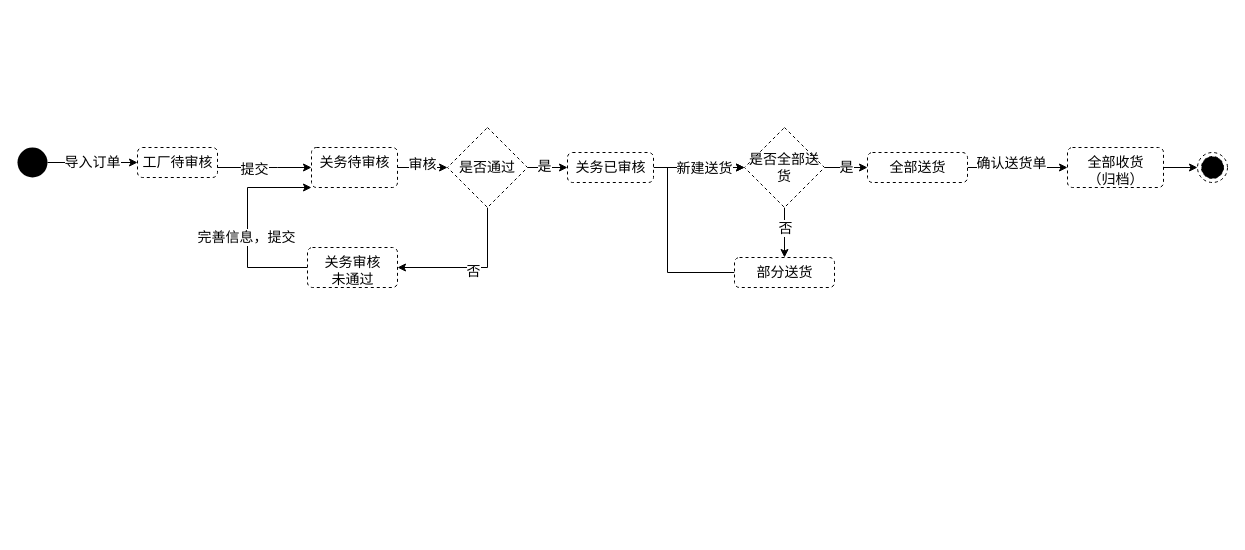
Earlier version of the draw.io diagram page "订单状态图" (3 of 4) of shrine-doc/进区预约系统.drawio (easefulfil/CLOUDCARE). Source tidied: cells renumbered, new cells numbered last; positions are measured from the earlier drawing's top-left corner, leaving out a move shared by most shapes. Both pictures are drawn from the tidied source at 100%, with x=0, y=0 at pixel (17, 127).
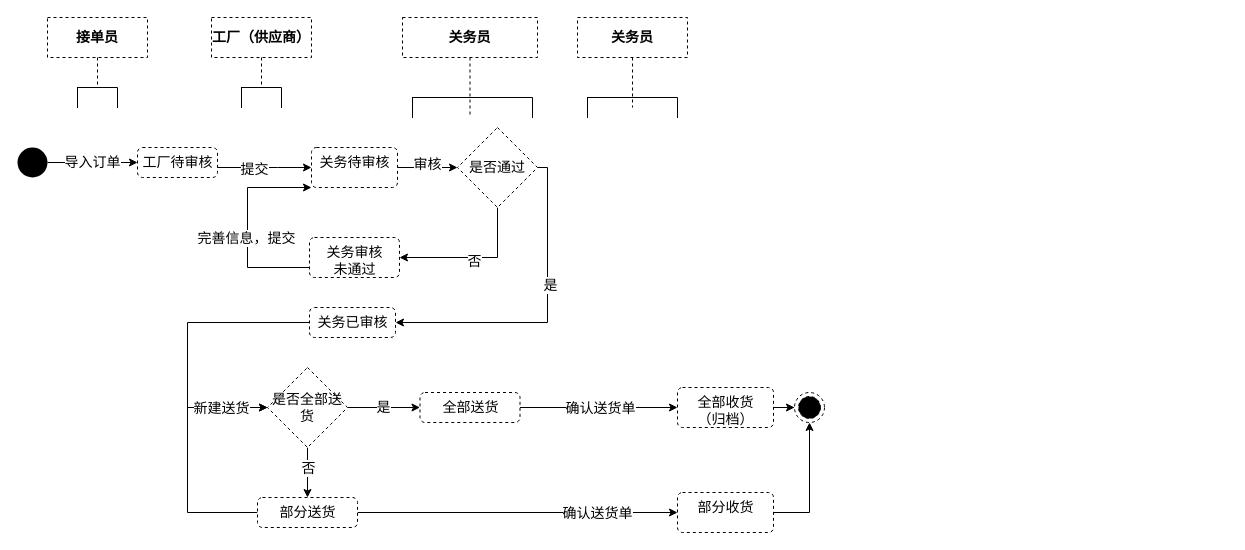
The same diagram, later.

The change refers to these unchanged cells:
```xml
<mxCell id="15" style="edgeStyle=orthogonalEdgeStyle;rounded=0;jettySize=auto;html=1;fontSize=14;" parent="1" edge="1" source="17" target="19">
  <mxGeometry relative="1" as="geometry" />
</mxCell>
```

Change to the diagram source:
```diff
@@
-    <mxCell id="10" style="edgeStyle=orthogonalEdgeStyle;rounded=0;jettySize=auto;html=1;entryX=0;entryY=0.5;entryDx=0;entryDy=0;fontSize=14;" parent="1" edge="1" source="11" target="31">
-      <mxGeometry relative="1" as="geometry" />
+    <mxCell id="10" style="edgeStyle=orthogonalEdgeStyle;rounded=0;jettySize=auto;html=1;entryX=0;entryY=0.5;entryDx=0;entryDy=0;fontSize=14;exitX=0;exitY=0.5;exitDx=0;exitDy=0;" parent="1" edge="1" source="11" target="31">
+      <mxGeometry relative="1" as="geometry">
+        <Array as="points">
+          <mxPoint x="170" y="195" />
+          <mxPoint x="170" y="280" />
+        </Array>
+      </mxGeometry>
     </mxCell>
     <mxCell id="11" value="关务已审核" style="html=1;align=center;verticalAlign=top;rounded=1;absoluteArcSize=1;arcSize=10;dashed=1;fontSize=14;" parent="1" vertex="1">
-      <mxGeometry x="550" y="25" width="86" height="30" as="geometry" />
+      <mxGeometry x="292" y="180" width="86" height="30" as="geometry" />
     </mxCell>
     <mxCell id="12" style="edgeStyle=orthogonalEdgeStyle;rounded=0;jettySize=auto;html=1;fontSize=14;entryX=0;entryY=0.5;entryDx=0;entryDy=0;" parent="1" edge="1" source="14" target="31">
       <mxGeometry relative="1" as="geometry">
         <Array as="points">
-          <mxPoint x="650" y="145" />
-          <mxPoint x="650" y="40" />
+          <mxPoint x="170" y="385" />
+          <mxPoint x="170" y="280" />
         </Array>
       </mxGeometry>
     </mxCell>
     <mxCell id="13" value="新建送货" style="edgeLabel;html=1;align=center;verticalAlign=middle;fontSize=14;" parent="12" vertex="1">
       <mxGeometry x="0.74" y="2" relative="1" as="geometry">
-        <mxPoint x="-9" y="2" as="offset" />
+        <mxPoint x="-14" y="2" as="offset" />
       </mxGeometry>
     </mxCell>
+    <mxCell id="33" style="edgeStyle=orthogonalEdgeStyle;rounded=0;jettySize=auto;html=1;entryX=0;entryY=0.5;entryDx=0;entryDy=0;fontSize=14;" parent="1" edge="1" source="14" target="44">
+      <mxGeometry relative="1" as="geometry" />
+    </mxCell>
+    <mxCell id="34" value="确认送货单" style="edgeLabel;html=1;align=center;verticalAlign=middle;fontSize=14;" parent="33" vertex="1">
+      <mxGeometry x="0.39" y="1" relative="1" as="geometry">
+        <mxPoint x="17" y="1" as="offset" />
+      </mxGeometry>
+    </mxCell>
     <mxCell id="14" value="部分送货" style="html=1;align=center;verticalAlign=top;rounded=1;absoluteArcSize=1;arcSize=10;dashed=1;fontSize=14;" parent="1" vertex="1">
-      <mxGeometry x="717" y="130" width="100" height="30" as="geometry" />
+      <mxGeometry x="240" y="370" width="100" height="30" as="geometry" />
     </mxCell>
@@
     <mxCell id="16" value="确认送货单" style="edgeLabel;html=1;align=center;verticalAlign=middle;fontSize=14;" parent="15" vertex="1">
       <mxGeometry x="0.29" y="4" relative="1" as="geometry">
-        <mxPoint x="-22" y="-1" as="offset" />
+        <mxPoint x="-22" y="4" as="offset" />
       </mxGeometry>
     </mxCell>
     <mxCell id="17" value="全部送货" style="html=1;align=center;verticalAlign=top;rounded=1;absoluteArcSize=1;arcSize=10;dashed=1;fontSize=14;" parent="1" vertex="1">
-      <mxGeometry x="850" y="25" width="100" height="30" as="geometry" />
+      <mxGeometry x="402.5" y="265" width="100" height="30" as="geometry" />
     </mxCell>
@@
     <mxCell id="19" value="全部收货&lt;br&gt;（归档）" style="html=1;align=center;verticalAlign=top;rounded=1;absoluteArcSize=1;arcSize=10;dashed=1;fontSize=14;" parent="1" vertex="1">
-      <mxGeometry x="1050" y="20" width="96" height="40" as="geometry" />
+      <mxGeometry x="660" y="260" width="96" height="40" as="geometry" />
     </mxCell>
     <mxCell id="20" style="edgeStyle=orthogonalEdgeStyle;rounded=0;jettySize=auto;html=1;fontSize=14;" parent="1" edge="1" source="24" target="11">
-      <mxGeometry relative="1" as="geometry" />
+      <mxGeometry relative="1" as="geometry">
+        <Array as="points">
+          <mxPoint x="530" y="40" />
+          <mxPoint x="530" y="195" />
+        </Array>
+      </mxGeometry>
     </mxCell>
@@
     <mxCell id="22" style="edgeStyle=orthogonalEdgeStyle;rounded=0;jettySize=auto;html=1;entryX=1;entryY=0.5;entryDx=0;entryDy=0;fontSize=14;exitX=0.5;exitY=1;exitDx=0;exitDy=0;" parent="1" edge="1" source="24" target="27">
       <mxGeometry relative="1" as="geometry">
         <Array as="points">
-          <mxPoint x="470" y="140" />
+          <mxPoint x="480" y="130" />
         </Array>
       </mxGeometry>
     </mxCell>
@@
     <mxCell id="24" value="是否通过" style="rhombus;whiteSpace=wrap;html=1;dashed=1;fontSize=14;" parent="1" vertex="1">
-      <mxGeometry x="430" width="80" height="80" as="geometry" />
+      <mxGeometry x="440" width="80" height="80" as="geometry" />
     </mxCell>
@@
     <mxCell id="27" value="关务审核&lt;br&gt;未通过" style="html=1;align=center;verticalAlign=top;rounded=1;absoluteArcSize=1;arcSize=10;dashed=1;fontSize=14;" parent="1" vertex="1">
-      <mxGeometry x="290" y="120" width="90" height="40" as="geometry" />
+      <mxGeometry x="292" y="110" width="90" height="40" as="geometry" />
     </mxCell>
@@
     <mxCell id="31" value="是否全部送货" style="rhombus;whiteSpace=wrap;html=1;dashed=1;fontSize=14;" parent="1" vertex="1">
-      <mxGeometry x="727" width="80" height="80" as="geometry" />
+      <mxGeometry x="250" y="240" width="80" height="80" as="geometry" />
     </mxCell>
     <mxCell id="32" style="ellipse;html=1;shape=endState;fillColor=#000000;strokeColor=#000000;dashed=1;fontSize=14;" parent="1" vertex="1">
-      <mxGeometry x="1180" y="25" width="30" height="30" as="geometry" />
+      <mxGeometry x="777" y="265" width="30" height="30" as="geometry" />
     </mxCell>
+    <mxCell id="35" value="&lt;span style=&quot;font-weight: 700&quot;&gt;接单员&lt;/span&gt;" style="shape=umlLifeline;perimeter=lifelinePerimeter;whiteSpace=wrap;html=1;dashed=1;fontSize=14;" parent="1" vertex="1">
+      <mxGeometry x="30" y="-110" width="100" height="70" as="geometry" />
+    </mxCell>
+    <mxCell id="36" style="shape=partialRectangle;whiteSpace=wrap;html=1;bottom=0;fillColor=none;point=[];" parent="35" vertex="1">
+      <mxGeometry x="30" y="70" width="40" height="20" as="geometry" />
+    </mxCell>
+    <mxCell id="37" value="&lt;span style=&quot;font-weight: 700&quot;&gt;工厂（供应商）&lt;/span&gt;" style="shape=umlLifeline;perimeter=lifelinePerimeter;whiteSpace=wrap;html=1;dashed=1;fontSize=14;" parent="1" vertex="1">
+      <mxGeometry x="194" y="-110" width="100" height="70" as="geometry" />
+    </mxCell>
+    <mxCell id="38" style="shape=partialRectangle;whiteSpace=wrap;html=1;bottom=0;fillColor=none;point=[];" parent="37" vertex="1">
+      <mxGeometry x="30" y="70" width="40" height="20" as="geometry" />
+    </mxCell>
+    <mxCell id="39" value="&lt;span style=&quot;font-weight: 700&quot;&gt;关务员&lt;/span&gt;" style="shape=umlLifeline;perimeter=lifelinePerimeter;whiteSpace=wrap;html=1;dashed=1;fontSize=14;" parent="1" vertex="1">
+      <mxGeometry x="385" y="-110" width="135" height="100" as="geometry" />
+    </mxCell>
+    <mxCell id="40" style="shape=partialRectangle;whiteSpace=wrap;html=1;bottom=0;fillColor=none;point=[];" parent="39" vertex="1">
+      <mxGeometry x="10" y="80" width="120" height="20" as="geometry" />
+    </mxCell>
+    <mxCell id="41" value="&lt;span style=&quot;font-weight: 700&quot;&gt;关务员&lt;/span&gt;" style="shape=umlLifeline;perimeter=lifelinePerimeter;whiteSpace=wrap;html=1;dashed=1;fontSize=14;" parent="1" vertex="1">
+      <mxGeometry x="560" y="-110" width="110" height="90" as="geometry" />
+    </mxCell>
+    <mxCell id="42" style="shape=partialRectangle;whiteSpace=wrap;html=1;bottom=0;fillColor=none;point=[];" parent="41" vertex="1">
+      <mxGeometry x="10" y="80" width="90" height="20" as="geometry" />
+    </mxCell>
+    <mxCell id="43" style="edgeStyle=orthogonalEdgeStyle;rounded=0;jettySize=auto;html=1;entryX=0.5;entryY=1;entryDx=0;entryDy=0;fontSize=14;" parent="1" edge="1" source="44" target="32">
+      <mxGeometry relative="1" as="geometry" />
+    </mxCell>
+    <mxCell id="44" value="部分收货" style="html=1;align=center;verticalAlign=top;rounded=1;absoluteArcSize=1;arcSize=10;dashed=1;fontSize=14;" parent="1" vertex="1">
+      <mxGeometry x="660" y="365" width="96" height="40" as="geometry" />
+    </mxCell>
```
